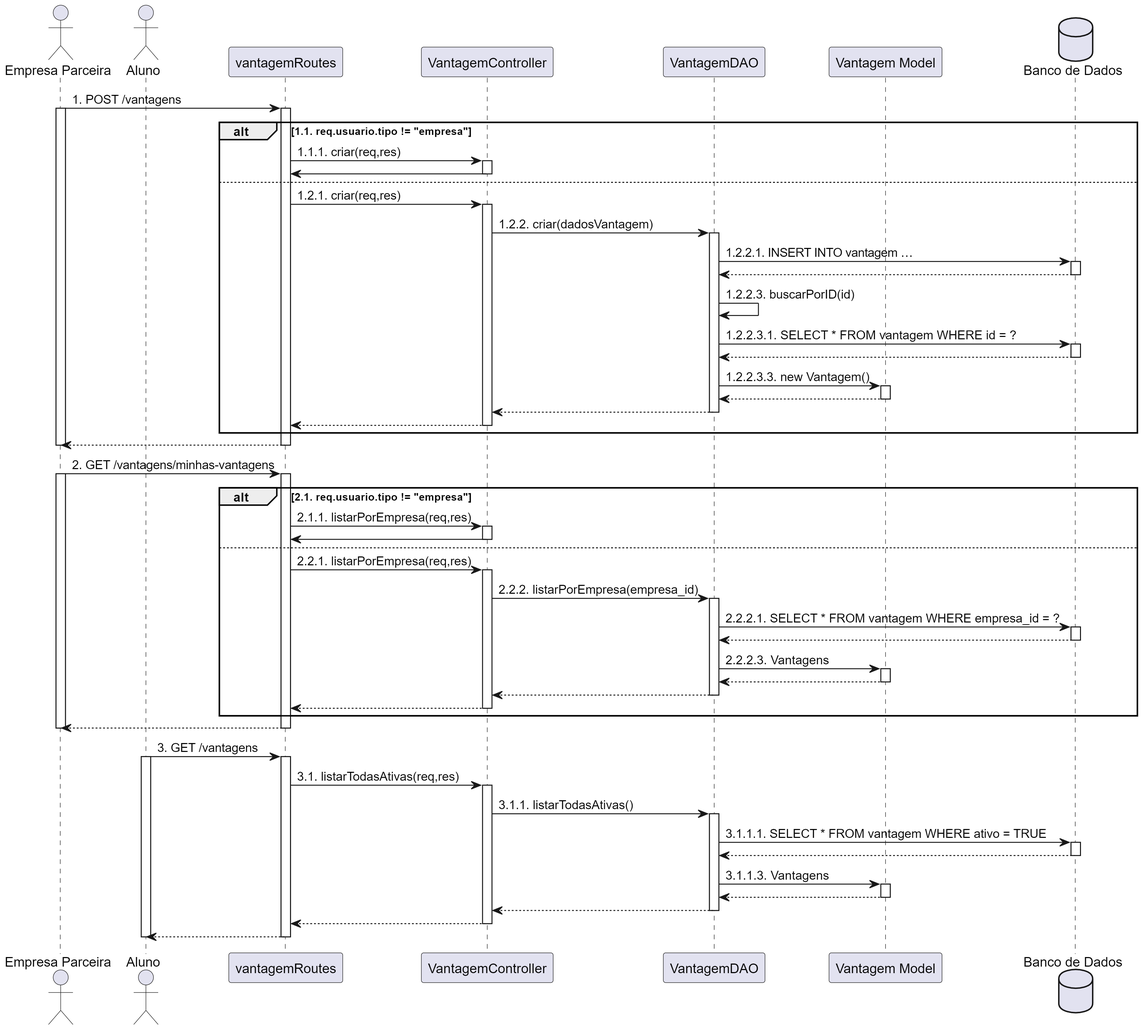
Earlier version of the PlantUML export project/img/sequencediagramvantagem.png (iannovais/lds-moeda). Its source is kept beside it as project/code/sequencediagramvantagem.plantuml. Its diagram source:
```plantuml
@startuml

actor "Empresa Parceira" as empresa
actor "Aluno" as aluno
participant "vantagemRoutes" as rota
participant "VantagemController" as controller
participant "VantagemDAO" as dao
participant "Vantagem Model" as model
database "Banco de Dados" as bd

empresa -> rota : 1. POST /vantagens
activate empresa
activate rota

alt 1.1. req.usuario.tipo != "empresa"
    rota -> controller : 1.1.1. criar(req,res)
    activate controller
    controller -> rota
    deactivate controller
else
    rota -> controller : 1.2.1. criar(req,res)
    activate controller
    controller -> dao : 1.2.2. criar(dadosVantagem)
    activate dao
        dao -> bd : 1.2.2.1. INSERT INTO vantagem …
        activate bd
        bd  --> dao
        deactivate bd
        dao -> dao : 1.2.2.3. buscarPorID(id)
            dao -> bd : 1.2.2.3.1. SELECT * FROM vantagem WHERE id = ?
            activate bd
            bd  --> dao
            deactivate bd
            dao -> model : 1.2.2.3.3. new Vantagem()
            activate model
            model --> dao
            deactivate model
        dao --> controller
    deactivate dao
    controller --> rota
    deactivate controller
end
rota --> empresa
deactivate rota
deactivate empresa

empresa -> rota : 2. GET /vantagens/minhas-vantagens
activate empresa
activate rota

alt 2.1. req.usuario.tipo != "empresa"
    rota -> controller : 2.1.1. listarPorEmpresa(req,res)
    activate controller
    controller -> rota
    deactivate controller
else
    rota -> controller : 2.2.1. listarPorEmpresa(req,res)
    activate controller
        controller -> dao : 2.2.2. listarPorEmpresa(empresa_id)
        activate dao
            dao -> bd : 2.2.2.1. SELECT * FROM vantagem WHERE empresa_id = ?
            activate bd
            bd  --> dao
            deactivate bd
            dao -> model : 2.2.2.3. Vantagens
            activate model
            model --> dao
            deactivate model
        dao --> controller
        deactivate dao
    controller --> rota
    deactivate controller
end
rota --> empresa
deactivate rota
deactivate empresa

aluno -> rota : 3. GET /vantagens
activate aluno
activate rota

rota -> controller : 3.1. listarTodasAtivas(req,res)
activate controller
    controller -> dao : 3.1.1. listarTodasAtivas()
    activate dao
        dao -> bd : 3.1.1.1. SELECT * FROM vantagem WHERE ativo = TRUE
        activate bd
        bd  --> dao
        deactivate bd
        dao -> model : 3.1.1.3. Vantagens
        activate model
        model --> dao
        deactivate model
    dao --> controller
    deactivate dao
controller --> rota
deactivate controller

rota --> aluno
deactivate rota
deactivate aluno

@enduml
```
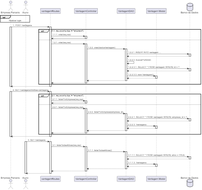
The same file after the commit.

Change to the diagram source:
```diff
@@ -7,6 +7,8 @@
 participant "VantagemDAO" as dao
 participant "Vantagem Model" as model
 database "Banco de Dados" as bd
+
+ref over empresa, aluno : Realizar login
 
 empresa -> rota : 1. POST /vantagens
 activate empresa
```
